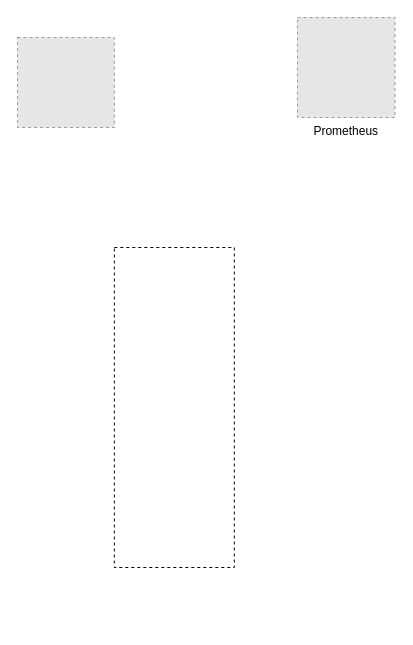
yunets/ml keeps this draw.io diagram as 未命名绘图.drawio. Above is the earlier version. Source tidied: cells renumbered, new cells numbered last; positions are measured from the earlier drawing's top-left corner, leaving out a move shared by most shapes. Both pictures are drawn from the tidied source at 100%, with x=0, y=0 at pixel (17, 17). Pictures stored in the file or linked from it are replaced by grey dashed boxes.
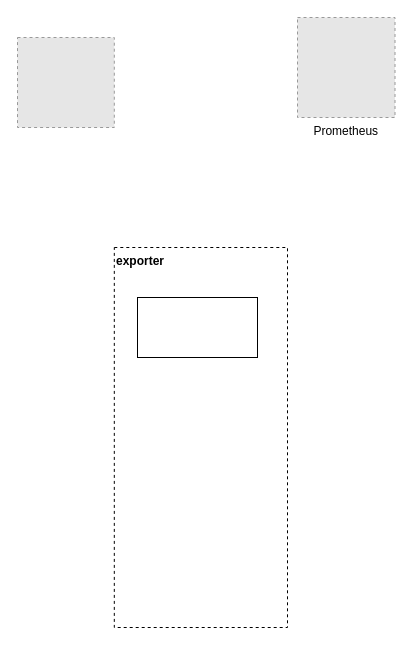
After the change.

Commit message (it also covers changes not shown here):
更新未命名绘图.drawio

Change to the diagram source:
```diff
@@
 <mxGraphModel>
   <root>
     <mxCell id="0" />
     <mxCell id="1" parent="0" />
     <mxCell id="2" style="fillColor=#E6E6E6;strokeColor=#999999;dashed=1;verticalLabelPosition=bottom;labelBackgroundColor=default;verticalAlign=top;" parent="1" vertex="1">
       <mxGeometry y="20" width="96.8" height="90" as="geometry" />
     </mxCell>
     <mxCell id="3" value="Prometheus" style="fillColor=#E6E6E6;strokeColor=#999999;dashed=1;verticalLabelPosition=bottom;labelBackgroundColor=default;verticalAlign=top;" parent="1" vertex="1">
       <mxGeometry x="280" width="97.5" height="100" as="geometry" />
     </mxCell>
-    <mxCell id="4" style="rounded=0;whiteSpace=wrap;html=1;dashed=1;" parent="1" vertex="1">
-      <mxGeometry x="96.8" y="230" width="120" height="320" as="geometry" />
+    <mxCell id="4" value="exporter" style="rounded=0;whiteSpace=wrap;html=1;dashed=1;verticalAlign=top;align=left;fontStyle=1;" parent="1" vertex="1">
+      <mxGeometry x="96.8" y="230" width="173.2" height="380" as="geometry" />
     </mxCell>
+    <mxCell id="5" style="rounded=0;whiteSpace=wrap;html=1;" parent="1" vertex="1">
+      <mxGeometry x="120" y="280" width="120" height="60" as="geometry" />
+    </mxCell>
   </root>
 </mxGraphModel>
```
